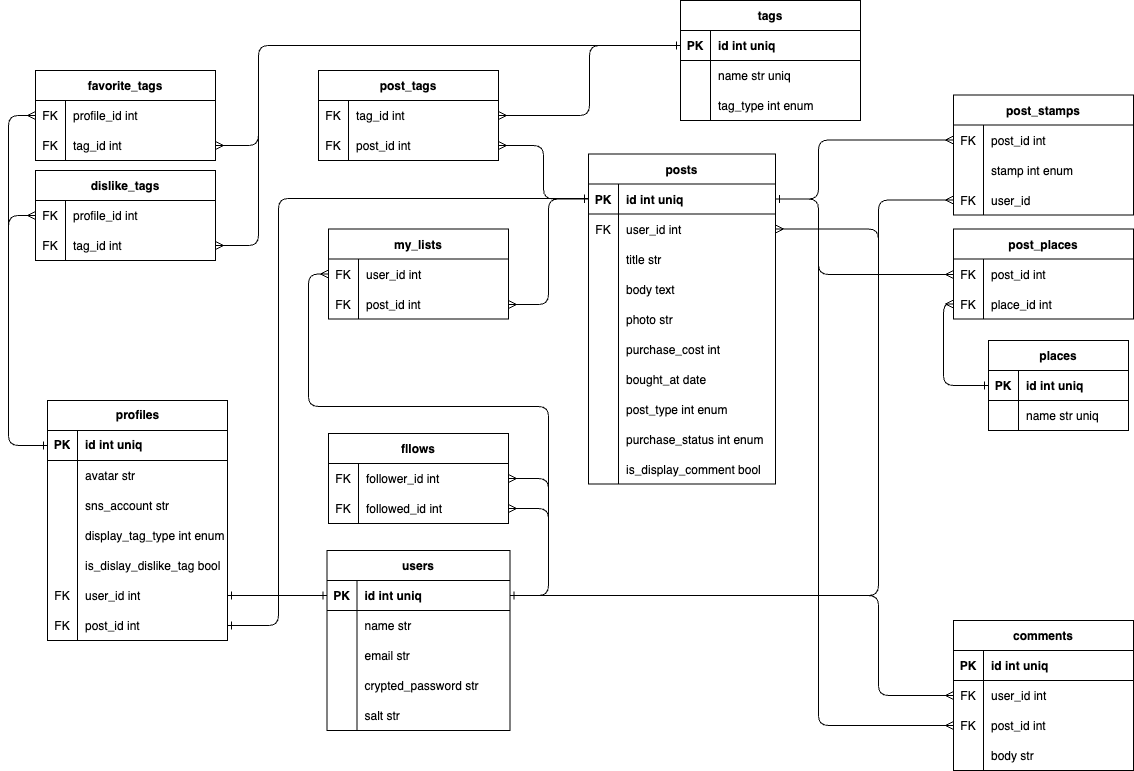
Before: ERD.drawio.png, a diagram exported from draw.io (yaJI02/OshiGoodsGallery). Source tidied: cells renumbered, new cells last; positions are measured from the earlier drawing's top-left corner, leaving out a move shared by most shapes.
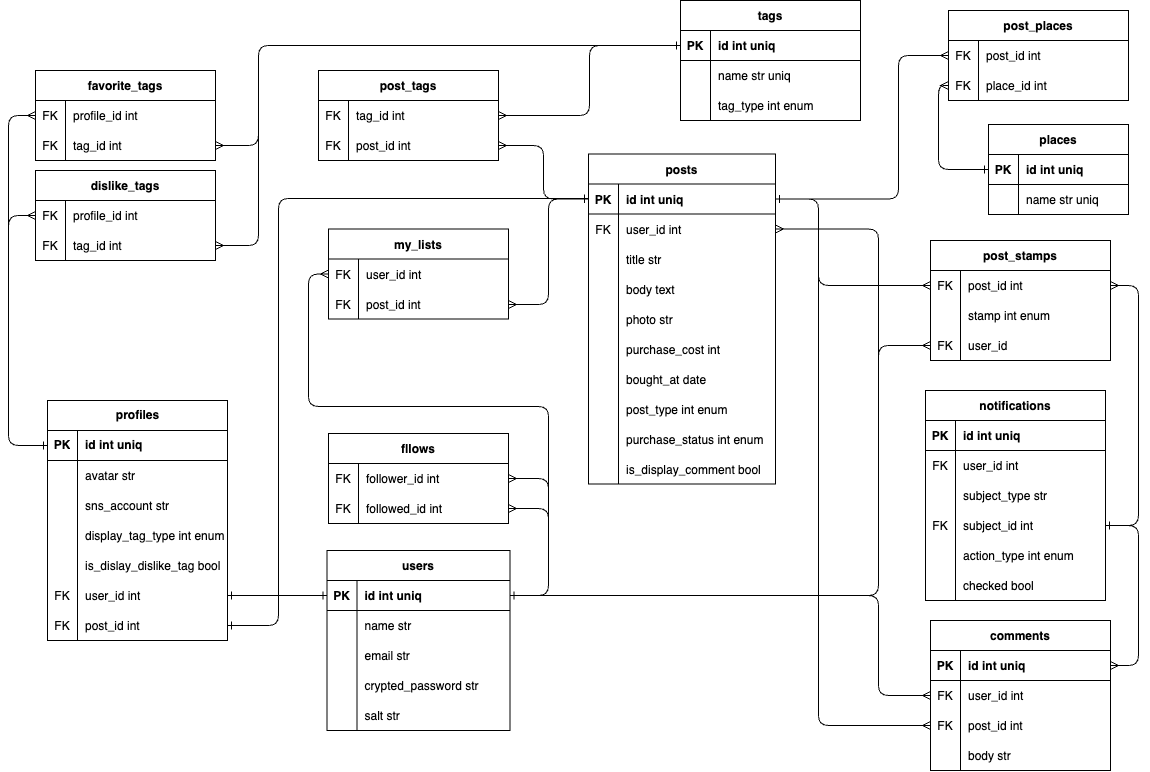
After the change.

Diff of the diagram source:
```diff
@@ -248,7 +248,7 @@
       <mxGeometry relative="1" as="geometry" />
     </mxCell>
     <mxCell id="77" value="places" style="shape=table;startSize=30;rowLines=0;fontStyle=1;align=center;" parent="1" vertex="1">
-      <mxGeometry x="980" y="340" width="140" height="90" as="geometry" />
+      <mxGeometry x="980" y="124" width="140" height="90" as="geometry" />
     </mxCell>
     <mxCell id="78" style="shape=tableRow;horizontal=0;startSize=0;swimlaneHead=0;swimlaneBody=0;fillColor=none;points=[[0,0.5],[1,0.5]];portConstraint=eastwest;top=0;left=0;right=0;bottom=1;" parent="77" vertex="1">
       <mxGeometry y="30" width="140" height="30" as="geometry" />
@@ -277,7 +277,7 @@
       </mxGeometry>
     </mxCell>
     <mxCell id="85" value="post_places" style="shape=table;startSize=30;rowLines=0;fontStyle=1;align=center;" parent="1" vertex="1">
-      <mxGeometry x="945" y="228.5" width="180" height="90" as="geometry" />
+      <mxGeometry x="940" y="10" width="180" height="90" as="geometry" />
     </mxCell>
     <mxCell id="86" style="shape=tableRow;horizontal=0;startSize=0;swimlaneHead=0;swimlaneBody=0;fillColor=none;points=[[0,0.5],[1,0.5]];portConstraint=eastwest;top=0;left=0;right=0;bottom=0;" parent="85" vertex="1">
       <mxGeometry y="30" width="180" height="30" as="geometry" />
@@ -298,7 +298,7 @@
       <mxGeometry x="30" width="150" height="30" as="geometry" />
     </mxCell>
     <mxCell id="92" value="post_stamps" style="shape=table;startSize=30;rowLines=0;fontStyle=1;align=center;" parent="1" vertex="1">
-      <mxGeometry x="945" y="94.5" width="180" height="120" as="geometry" />
+      <mxGeometry x="922" y="240" width="180" height="120" as="geometry" />
     </mxCell>
     <mxCell id="93" style="shape=tableRow;horizontal=0;startSize=0;swimlaneHead=0;swimlaneBody=0;fillColor=none;points=[[0,0.5],[1,0.5]];portConstraint=eastwest;top=0;left=0;right=0;bottom=0;" parent="92" vertex="1">
       <mxGeometry y="30" width="180" height="30" as="geometry" />
@@ -427,15 +427,15 @@
       <mxGeometry relative="1" as="geometry">
         <Array as="points">
           <mxPoint x="810" y="198" />
-          <mxPoint x="810" y="140" />
+          <mxPoint x="810" y="285" />
         </Array>
       </mxGeometry>
     </mxCell>
     <mxCell id="135" style="edgeStyle=orthogonalEdgeStyle;fontSize=12;html=1;endArrow=ERmany;rounded=1;strokeColor=default;endFill=0;startArrow=ERone;startFill=0;" parent="1" edge="1" source="103" target="86">
       <mxGeometry relative="1" as="geometry">
         <Array as="points">
-          <mxPoint x="810" y="198" />
-          <mxPoint x="810" y="274" />
+          <mxPoint x="890" y="198" />
+          <mxPoint x="890" y="55" />
         </Array>
       </mxGeometry>
     </mxCell>
@@ -443,7 +443,7 @@
       <mxGeometry relative="1" as="geometry" />
     </mxCell>
     <mxCell id="137" value="comments" style="shape=table;startSize=30;rowLines=0;fontStyle=1;align=center;" parent="1" vertex="1">
-      <mxGeometry x="945" y="620" width="180" height="150" as="geometry" />
+      <mxGeometry x="922" y="620" width="180" height="150" as="geometry" />
     </mxCell>
     <mxCell id="138" style="shape=tableRow;horizontal=0;startSize=0;swimlaneHead=0;swimlaneBody=0;fillColor=none;points=[[0,0.5],[1,0.5]];portConstraint=eastwest;top=0;left=0;right=0;bottom=1;" parent="137" vertex="1">
       <mxGeometry y="30" width="180" height="30" as="geometry" />
@@ -589,5 +589,78 @@
         </Array>
       </mxGeometry>
     </mxCell>
+    <mxCell id="172" value="notifications" style="shape=table;startSize=30;rowLines=0;fontStyle=1;align=center;" parent="1" vertex="1">
+      <mxGeometry x="917" y="390" width="180" height="210" as="geometry" />
+    </mxCell>
+    <mxCell id="173" style="shape=tableRow;horizontal=0;startSize=0;swimlaneHead=0;swimlaneBody=0;fillColor=none;top=0;left=0;right=0;bottom=1;" parent="172" vertex="1">
+      <mxGeometry y="30" width="180" height="30" as="geometry" />
+    </mxCell>
+    <mxCell id="174" value="PK" style="shape=partialRectangle;fillColor=none;top=0;left=0;bottom=0;right=0;fontStyle=1;overflow=hidden;" parent="173" vertex="1">
+      <mxGeometry width="30" height="30" as="geometry" />
+    </mxCell>
+    <mxCell id="175" value="id int uniq" style="shape=partialRectangle;fillColor=none;top=0;left=0;bottom=0;right=0;align=left;spacingLeft=6;fontStyle=1;overflow=hidden;" parent="173" vertex="1">
+      <mxGeometry x="30" width="150" height="30" as="geometry" />
+    </mxCell>
+    <mxCell id="176" style="shape=tableRow;horizontal=0;startSize=0;swimlaneHead=0;swimlaneBody=0;fillColor=none;top=0;left=0;right=0;bottom=0;" parent="172" vertex="1">
+      <mxGeometry y="60" width="180" height="30" as="geometry" />
+    </mxCell>
+    <mxCell id="177" value="FK" style="shape=partialRectangle;fillColor=none;top=0;left=0;bottom=0;right=0;fontStyle=0;overflow=hidden;" parent="176" vertex="1">
+      <mxGeometry width="30" height="30" as="geometry" />
+    </mxCell>
+    <mxCell id="178" value="user_id int" style="shape=partialRectangle;fillColor=none;top=0;left=0;bottom=0;right=0;align=left;spacingLeft=6;fontStyle=0;overflow=hidden;" parent="176" vertex="1">
+      <mxGeometry x="30" width="150" height="30" as="geometry" />
+    </mxCell>
+    <mxCell id="179" style="shape=tableRow;horizontal=0;startSize=0;swimlaneHead=0;swimlaneBody=0;fillColor=none;top=0;left=0;right=0;bottom=0;" parent="172" vertex="1">
+      <mxGeometry y="90" width="180" height="30" as="geometry" />
+    </mxCell>
+    <mxCell id="180" style="shape=partialRectangle;fillColor=none;top=0;left=0;bottom=0;right=0;fontStyle=0;overflow=hidden;" parent="179" vertex="1">
+      <mxGeometry width="30" height="30" as="geometry" />
+    </mxCell>
+    <mxCell id="181" value="subject_type str" style="shape=partialRectangle;fillColor=none;top=0;left=0;bottom=0;right=0;align=left;spacingLeft=6;fontStyle=0;overflow=hidden;" parent="179" vertex="1">
+      <mxGeometry x="30" width="150" height="30" as="geometry" />
+    </mxCell>
+    <mxCell id="182" style="shape=tableRow;horizontal=0;startSize=0;swimlaneHead=0;swimlaneBody=0;fillColor=none;points=[[0,0.5],[1,0.5]];portConstraint=eastwest;top=0;left=0;right=0;bottom=0;" parent="172" vertex="1">
+      <mxGeometry y="120" width="180" height="30" as="geometry" />
+    </mxCell>
+    <mxCell id="183" value="FK" style="shape=partialRectangle;fillColor=none;top=0;left=0;bottom=0;right=0;overflow=hidden;" parent="182" vertex="1">
+      <mxGeometry width="30" height="30" as="geometry" />
+    </mxCell>
+    <mxCell id="184" value="subject_id int" style="shape=partialRectangle;fillColor=none;top=0;left=0;bottom=0;right=0;align=left;spacingLeft=6;overflow=hidden;" parent="182" vertex="1">
+      <mxGeometry x="30" width="150" height="30" as="geometry" />
+    </mxCell>
+    <mxCell id="185" style="shape=tableRow;horizontal=0;startSize=0;swimlaneHead=0;swimlaneBody=0;fillColor=none;top=0;left=0;right=0;bottom=0;" parent="172" vertex="1">
+      <mxGeometry y="150" width="180" height="30" as="geometry" />
+    </mxCell>
+    <mxCell id="186" style="shape=partialRectangle;fillColor=none;top=0;left=0;bottom=0;right=0;overflow=hidden;" parent="185" vertex="1">
+      <mxGeometry width="30" height="30" as="geometry" />
+    </mxCell>
+    <mxCell id="187" value="action_type int enum" style="shape=partialRectangle;fillColor=none;top=0;left=0;bottom=0;right=0;align=left;spacingLeft=6;overflow=hidden;" parent="185" vertex="1">
+      <mxGeometry x="30" width="150" height="30" as="geometry" />
+    </mxCell>
+    <mxCell id="188" style="shape=tableRow;horizontal=0;startSize=0;swimlaneHead=0;swimlaneBody=0;fillColor=none;top=0;left=0;right=0;bottom=0;" parent="172" vertex="1">
+      <mxGeometry y="180" width="180" height="30" as="geometry" />
+    </mxCell>
+    <mxCell id="189" style="shape=partialRectangle;fillColor=none;top=0;left=0;bottom=0;right=0;overflow=hidden;" parent="188" vertex="1">
+      <mxGeometry width="30" height="30" as="geometry" />
+    </mxCell>
+    <mxCell id="190" value="checked bool" style="shape=partialRectangle;fillColor=none;top=0;left=0;bottom=0;right=0;align=left;spacingLeft=6;overflow=hidden;" parent="188" vertex="1">
+      <mxGeometry x="30" width="150" height="30" as="geometry" />
+    </mxCell>
+    <mxCell id="191" style="edgeStyle=orthogonalEdgeStyle;fontSize=12;html=1;endArrow=ERmany;rounded=1;strokeColor=default;endFill=0;startArrow=ERone;startFill=0;exitX=1;exitY=0.5;exitDx=0;exitDy=0;entryX=1;entryY=0.5;entryDx=0;entryDy=0;" parent="1" edge="1" source="182" target="138">
+      <mxGeometry relative="1" as="geometry">
+        <Array as="points">
+          <mxPoint x="1130" y="525" />
+          <mxPoint x="1130" y="665" />
+        </Array>
+      </mxGeometry>
+    </mxCell>
+    <mxCell id="192" style="edgeStyle=orthogonalEdgeStyle;fontSize=12;html=1;endArrow=ERmany;rounded=1;strokeColor=default;endFill=0;startArrow=ERone;startFill=0;entryX=1;entryY=0.5;entryDx=0;entryDy=0;" parent="1" edge="1" source="182" target="93">
+      <mxGeometry relative="1" as="geometry">
+        <Array as="points">
+          <mxPoint x="1130" y="525" />
+          <mxPoint x="1130" y="285" />
+        </Array>
+      </mxGeometry>
+    </mxCell>
   </root>
 </mxGraphModel>
```
